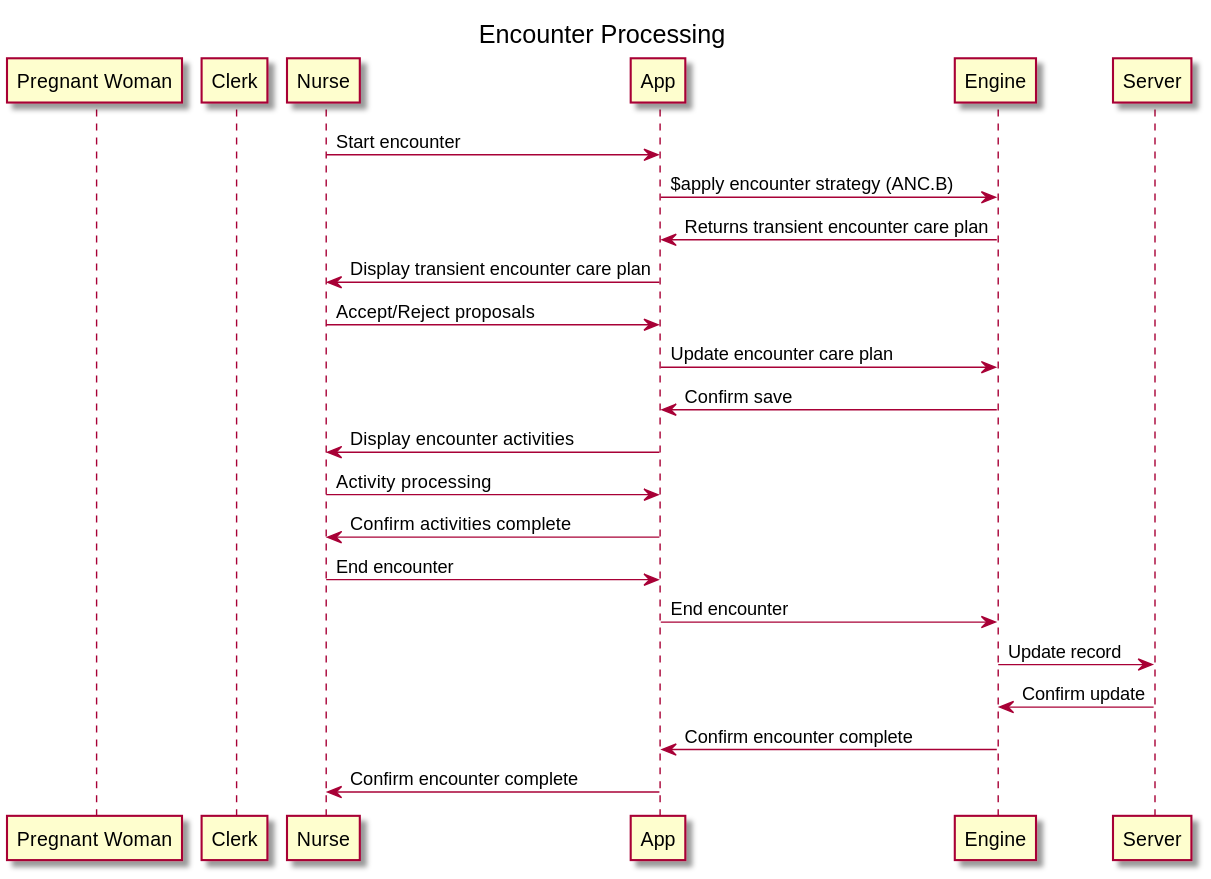
Before: input/pagecontent/assets/images/encounter-processing.svg, a diagram exported from PlantUML (WorldHealthOrganization/smart-anc).
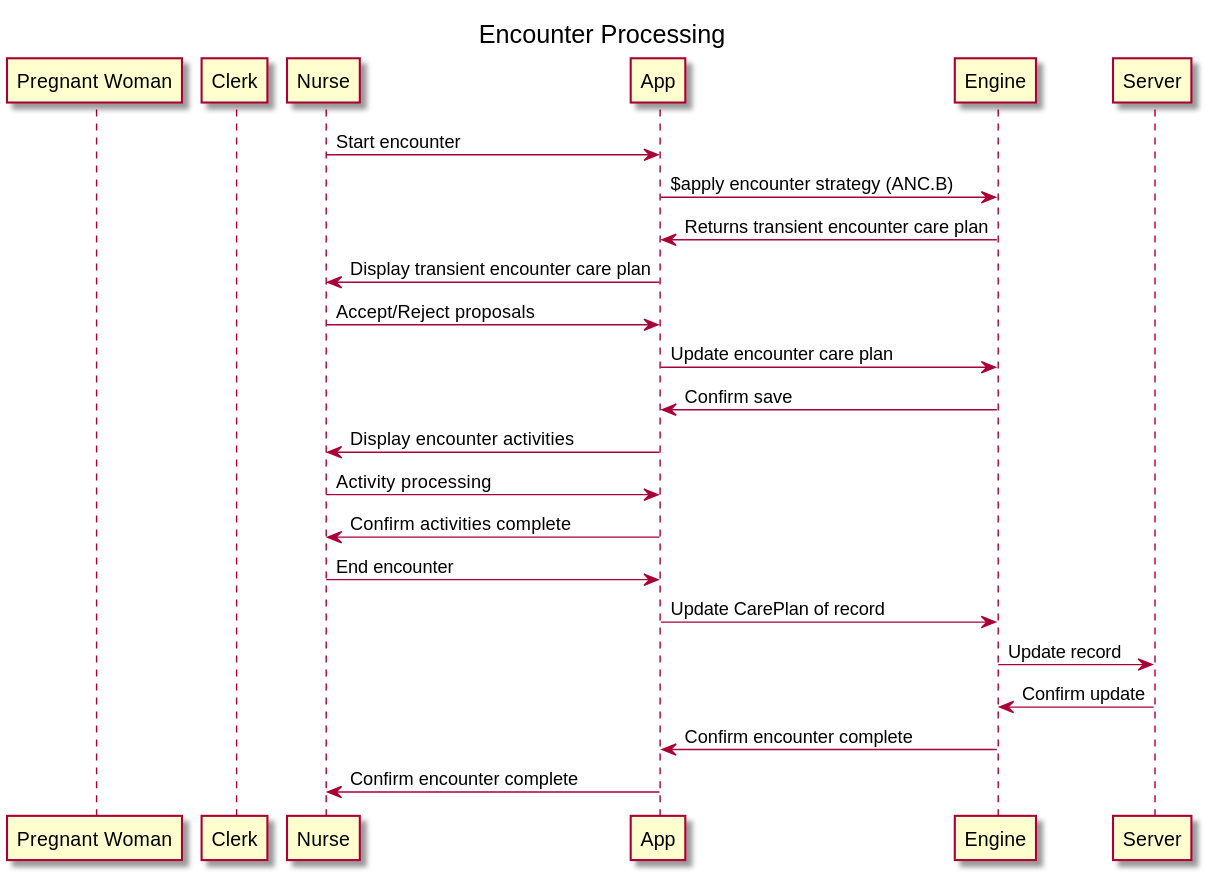
Later version of the same file.

What changed in the source:
```diff
@@ -18,7 +18,7 @@
 Nurse -> App: Activity processing
 App -> Nurse: Confirm activities complete
 Nurse -> App: End encounter
-App -> Engine: End encounter
+App -> Engine: Update CarePlan of record
 Engine -> Server: Update record
 Server -> Engine: Confirm update
 Engine -> App: Confirm encounter complete
```
